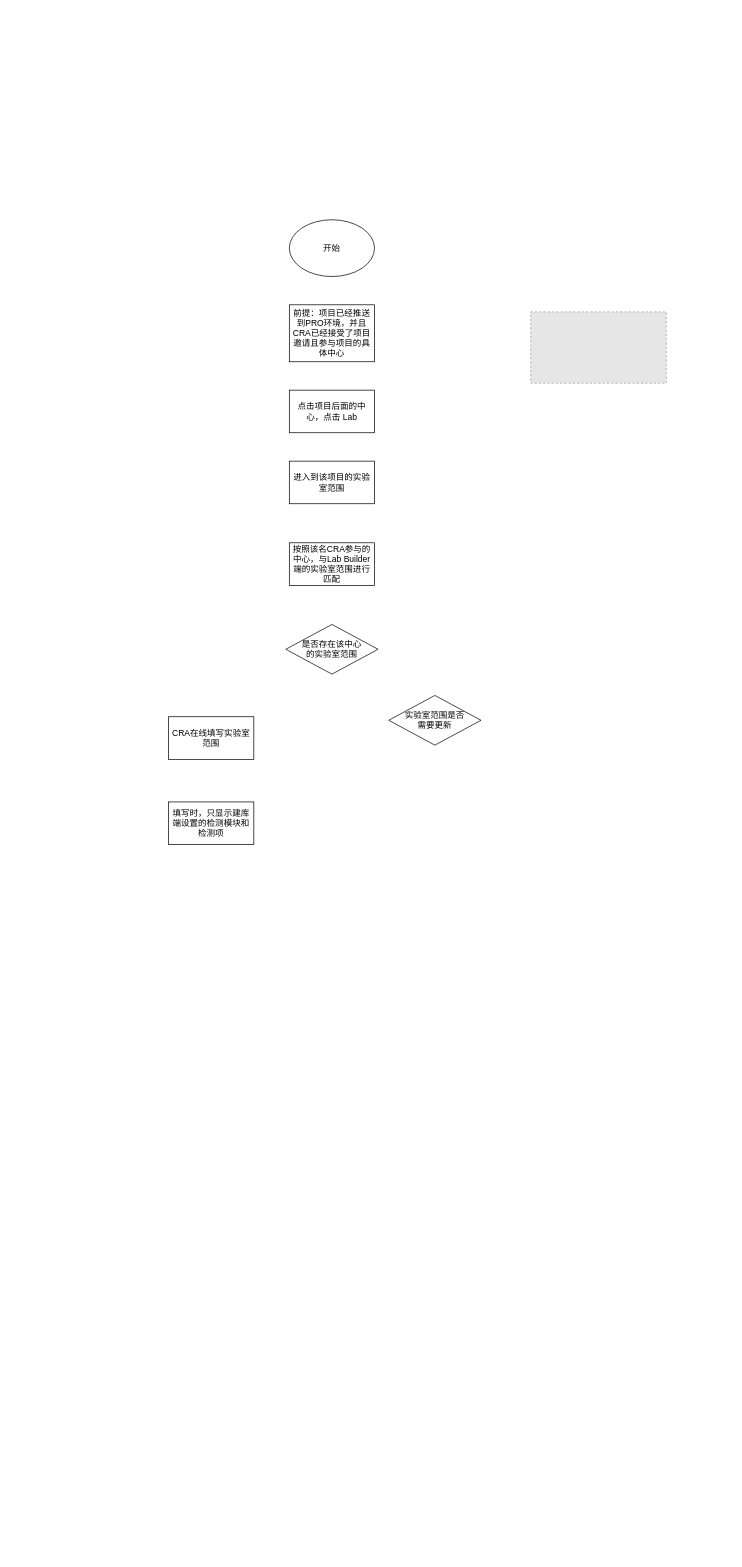
The draw.io diagram DrawIO/CRA在线申请实验室范围.drawio in religou/religou, before the edit. Source tidied: cells renumbered, new cells numbered last; positions are measured from the earlier drawing's top-left corner, leaving out a move shared by most shapes. Both pictures are drawn from the tidied source at 71%, with x=0, y=0 at pixel (168, 219). Pictures stored in the file or linked from it are replaced by grey dashed boxes.
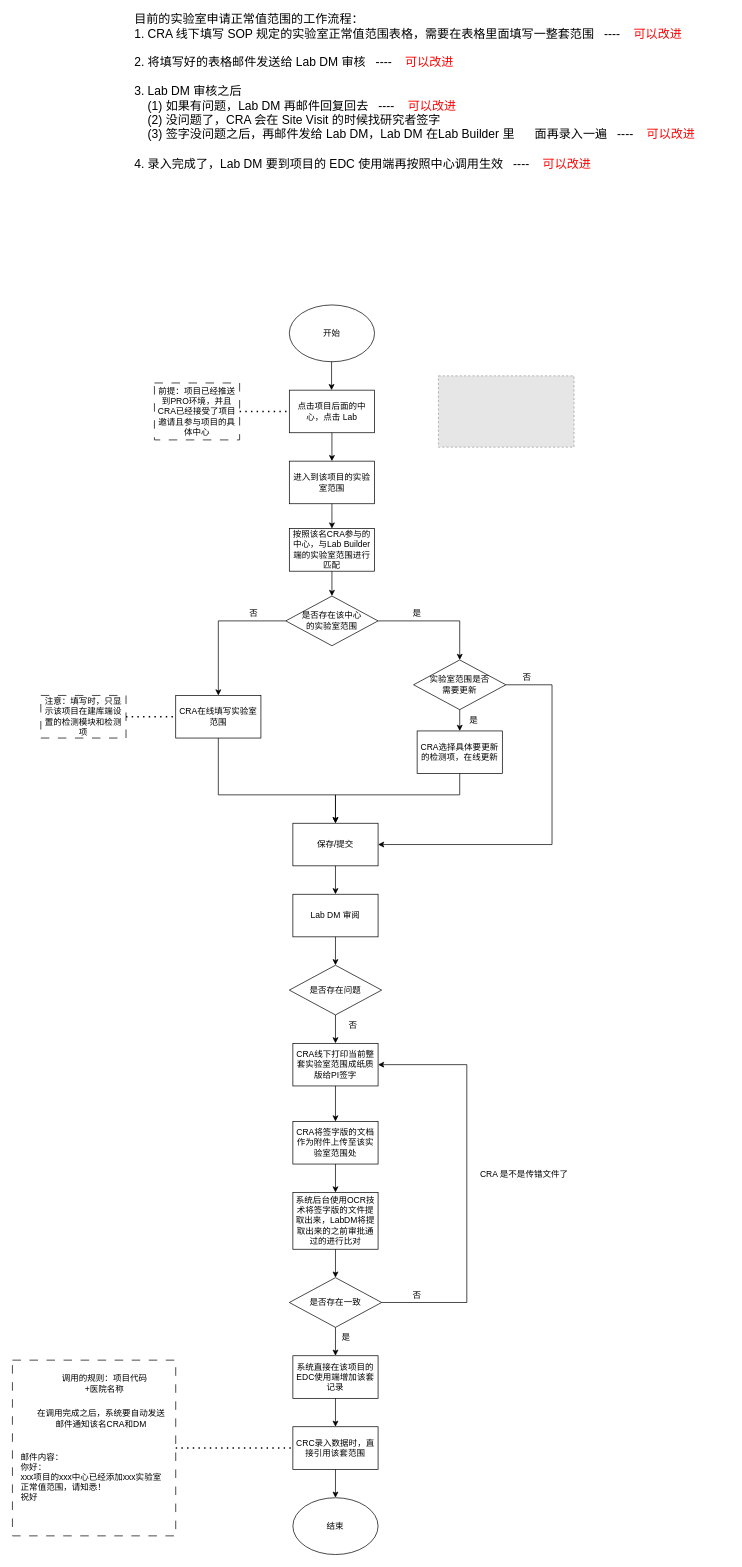
The same diagram, later.

Commit message (it also covers changes not shown here):
更新CRA在线申请实验室范围.drawio

Unchanged cells that the change refers to:
```xml
<mxCell id="3" value="点击项目后面的中心，点击 Lab" style="rounded=0;whiteSpace=wrap;html=1;" parent="1" vertex="1">
  <mxGeometry x="170" y="240" width="120" height="60" as="geometry" />
</mxCell>
<mxCell id="5" value="进入到该项目的实验室范围" style="rounded=0;whiteSpace=wrap;html=1;" parent="1" vertex="1">
  <mxGeometry x="170" y="340" width="120" height="60" as="geometry" />
</mxCell>
```

Diff of the diagram source:
```diff
@@
     <mxCell id="2" value="开始" style="ellipse;whiteSpace=wrap;html=1;" parent="1" vertex="1">
-      <mxGeometry x="170" width="120" height="80" as="geometry" />
+      <mxGeometry x="170" y="120" width="120" height="80" as="geometry" />
     </mxCell>
@@
     <mxCell id="4" style="fillColor=#E6E6E6;strokeColor=#999999;dashed=1;verticalLabelPosition=bottom;labelBackgroundColor=default;verticalAlign=top;" parent="1" vertex="1">
-      <mxGeometry x="510" y="129.8" width="191" height="100.4" as="geometry" />
+      <mxGeometry x="380" y="219.9" width="191" height="100.4" as="geometry" />
     </mxCell>
@@
-    <mxCell id="6" value="前提：项目已经推送到PRO环境，并且CRA已经接受了项目邀请且参与项目的具体中心" style="rounded=0;whiteSpace=wrap;html=1;" parent="1" vertex="1">
-      <mxGeometry x="170" y="119.8" width="120" height="80.2" as="geometry" />
+    <mxCell id="6" value="前提：项目已经推送到PRO环境，并且CRA已经接受了项目邀请且参与项目的具体中心" style="rounded=0;whiteSpace=wrap;html=1;fillColor=none;dashed=1;dashPattern=12 12;" parent="1" vertex="1">
+      <mxGeometry x="-20" y="229.9" width="120" height="80.2" as="geometry" />
     </mxCell>
     <mxCell id="7" value="按照该名CRA参与的中心，与Lab Builder&lt;div&gt;端的实验室范围进行匹配&lt;/div&gt;" style="rounded=0;whiteSpace=wrap;html=1;" parent="1" vertex="1">
-      <mxGeometry x="170" y="455" width="120" height="60" as="geometry" />
+      <mxGeometry x="170" y="435" width="120" height="60" as="geometry" />
     </mxCell>
     <mxCell id="8" value="是否存在该中心&lt;div&gt;的实验室范围&lt;/div&gt;" style="rhombus;whiteSpace=wrap;html=1;" parent="1" vertex="1">
-      <mxGeometry x="165" y="570" width="130" height="70" as="geometry" />
+      <mxGeometry x="165" y="530" width="130" height="70" as="geometry" />
     </mxCell>
     <mxCell id="9" value="实验室范围是否&lt;div&gt;需要更新&lt;/div&gt;" style="rhombus;whiteSpace=wrap;html=1;" parent="1" vertex="1">
-      <mxGeometry x="310" y="670" width="130" height="70" as="geometry" />
+      <mxGeometry x="345" y="620" width="130" height="70" as="geometry" />
     </mxCell>
     <mxCell id="10" value="CRA在线填写实验室范围" style="rounded=0;whiteSpace=wrap;html=1;" parent="1" vertex="1">
-      <mxGeometry y="700" width="120" height="60" as="geometry" />
+      <mxGeometry x="10" y="670" width="120" height="60" as="geometry" />
     </mxCell>
-    <mxCell id="11" value="填写时，只显示建库端设置的检测模块和检测项" style="rounded=0;whiteSpace=wrap;html=1;" parent="1" vertex="1">
-      <mxGeometry y="820" width="120" height="60" as="geometry" />
+    <mxCell id="11" value="注意：填写时，只显示该项目在建库端设置的检测模块和检测项" style="rounded=0;whiteSpace=wrap;html=1;fillColor=none;dashed=1;dashPattern=12 12;" parent="1" vertex="1">
+      <mxGeometry x="-180" y="670" width="120" height="60" as="geometry" />
     </mxCell>
+    <mxCell id="12" value="保存/提交" style="rounded=0;whiteSpace=wrap;html=1;" parent="1" vertex="1">
+      <mxGeometry x="175" y="850" width="120" height="60" as="geometry" />
+    </mxCell>
+    <mxCell id="13" value="Lab DM 审阅" style="rounded=0;whiteSpace=wrap;html=1;" parent="1" vertex="1">
+      <mxGeometry x="175" y="950" width="120" height="60" as="geometry" />
+    </mxCell>
+    <mxCell id="14" value="CRA选择具体要更新的检测项，在线更新" style="rounded=0;whiteSpace=wrap;html=1;" parent="1" vertex="1">
+      <mxGeometry x="350" y="720" width="120" height="60" as="geometry" />
+    </mxCell>
+    <mxCell id="15" value="是否存在问题" style="rhombus;whiteSpace=wrap;html=1;" parent="1" vertex="1">
+      <mxGeometry x="170" y="1050" width="130" height="70" as="geometry" />
+    </mxCell>
+    <mxCell id="16" value="CRA线下打印当前整套实验室范围成纸质版给PI签字" style="rounded=0;whiteSpace=wrap;html=1;" parent="1" vertex="1">
+      <mxGeometry x="175" y="1160" width="120" height="60" as="geometry" />
+    </mxCell>
+    <mxCell id="17" value="CRA将签字版的文档作为附件上传至该实验室范围处" style="rounded=0;whiteSpace=wrap;html=1;" parent="1" vertex="1">
+      <mxGeometry x="175" y="1270" width="120" height="60" as="geometry" />
+    </mxCell>
+    <mxCell id="18" value="系统后台使用OCR技术将签字版的文件提取出来，LabDM将提取出来的之前审批通过的进行比对" style="rounded=0;whiteSpace=wrap;html=1;" parent="1" vertex="1">
+      <mxGeometry x="175" y="1370" width="120" height="80" as="geometry" />
+    </mxCell>
+    <mxCell id="19" value="是否存在一致" style="rhombus;whiteSpace=wrap;html=1;" parent="1" vertex="1">
+      <mxGeometry x="170" y="1490" width="130" height="70" as="geometry" />
+    </mxCell>
+    <mxCell id="20" value="系统直接在该项目的EDC使用端增加该套记录" style="rounded=0;whiteSpace=wrap;html=1;" parent="1" vertex="1">
+      <mxGeometry x="175" y="1600" width="120" height="60" as="geometry" />
+    </mxCell>
+    <mxCell id="21" value="调用的规则：项目代码+医院名称" style="text;html=1;align=center;verticalAlign=middle;whiteSpace=wrap;rounded=0;" parent="1" vertex="1">
+      <mxGeometry x="-160" y="1623.8" width="140" height="30" as="geometry" />
+    </mxCell>
+    <mxCell id="22" value="CRC录入数据时，直接引用该套范围" style="rounded=0;whiteSpace=wrap;html=1;" parent="1" vertex="1">
+      <mxGeometry x="175" y="1700" width="120" height="60" as="geometry" />
+    </mxCell>
+    <mxCell id="23" value="结束" style="ellipse;whiteSpace=wrap;html=1;" parent="1" vertex="1">
+      <mxGeometry x="175" y="1800" width="120" height="80" as="geometry" />
+    </mxCell>
+    <mxCell id="24" style="endArrow=classic;html=1;rounded=0;exitX=0.5;exitY=1;exitDx=0;exitDy=0;" parent="1" edge="1" source="3" target="5">
+      <mxGeometry relative="1" as="geometry" />
+    </mxCell>
+    <mxCell id="25" style="endArrow=classic;html=1;rounded=0;exitX=0.5;exitY=1;exitDx=0;exitDy=0;entryX=0.5;entryY=0;entryDx=0;entryDy=0;" parent="1" edge="1" source="5" target="7">
+      <mxGeometry relative="1" as="geometry" />
+    </mxCell>
+    <mxCell id="26" style="endArrow=classic;html=1;rounded=0;exitX=0.5;exitY=1;exitDx=0;exitDy=0;entryX=0.5;entryY=0;entryDx=0;entryDy=0;" parent="1" edge="1" source="7" target="8">
+      <mxGeometry relative="1" as="geometry" />
+    </mxCell>
+    <mxCell id="27" value="&lt;font style=&quot;font-size: 17px;&quot;&gt;目前的实验室申请正常值范围的工作流程：&lt;/font&gt;&lt;div style=&quot;font-size: 17px;&quot;&gt;&lt;font style=&quot;font-size: 17px;&quot;&gt;1. CRA 线下填写 SOP 规定的实验室正常值范围表格，需要在表格里面填写一整套范围&amp;nbsp; &amp;nbsp;----&amp;nbsp; &amp;nbsp; &lt;font color=&quot;#ff0000&quot;&gt;可以改进&lt;/font&gt;&lt;/font&gt;&lt;/div&gt;&lt;div style=&quot;font-size: 17px;&quot;&gt;&lt;font style=&quot;font-size: 17px;&quot;&gt;&lt;br&gt;&lt;/font&gt;&lt;/div&gt;&lt;div style=&quot;font-size: 17px;&quot;&gt;&lt;font style=&quot;font-size: 17px;&quot;&gt;2. 将填写好的表格邮件发送给 Lab DM 审核&lt;/font&gt;&lt;span style=&quot;background-color: initial;&quot;&gt;&amp;nbsp; &amp;nbsp;----&amp;nbsp; &amp;nbsp; &lt;font color=&quot;#ff0000&quot;&gt;可以改进&lt;/font&gt;&lt;/span&gt;&lt;/div&gt;&lt;div style=&quot;font-size: 17px;&quot;&gt;&lt;font style=&quot;font-size: 17px;&quot;&gt;&lt;br&gt;&lt;/font&gt;&lt;/div&gt;&lt;div style=&quot;font-size: 17px;&quot;&gt;&lt;font style=&quot;font-size: 17px;&quot;&gt;3. Lab DM 审核之后&lt;/font&gt;&lt;/div&gt;&lt;div style=&quot;font-size: 17px;&quot;&gt;&lt;font style=&quot;font-size: 17px;&quot;&gt;&amp;nbsp; &amp;nbsp; (1) 如果有问题，Lab DM 再邮件回复回去&lt;/font&gt;&lt;span style=&quot;background-color: initial;&quot;&gt;&amp;nbsp; &amp;nbsp;----&amp;nbsp; &amp;nbsp; &lt;font color=&quot;#ff0000&quot;&gt;可以改进&lt;/font&gt;&lt;/span&gt;&lt;/div&gt;&lt;div style=&quot;font-size: 17px;&quot;&gt;&lt;font style=&quot;font-size: 17px;&quot;&gt;&amp;nbsp; &amp;nbsp; (2) 没问题了，CRA 会在 Site Visit 的时候找研究者签字&lt;/font&gt;&lt;/div&gt;&lt;div style=&quot;font-size: 17px;&quot;&gt;&lt;font style=&quot;font-size: 17px;&quot;&gt;&amp;nbsp; &amp;nbsp; (3) 签字没问题之后，再邮件发给 Lab DM，Lab DM 在Lab Builder 里&amp;nbsp; &amp;nbsp; &amp;nbsp; 面再录入一遍&lt;/font&gt;&lt;span style=&quot;background-color: initial;&quot;&gt;&amp;nbsp; &amp;nbsp;----&amp;nbsp; &amp;nbsp; &lt;font color=&quot;#ff0000&quot;&gt;可以改进&lt;/font&gt;&lt;/span&gt;&lt;/div&gt;&lt;div style=&quot;font-size: 17px;&quot;&gt;&lt;font style=&quot;font-size: 17px;&quot;&gt;&lt;br&gt;&lt;/font&gt;&lt;/div&gt;&lt;div style=&quot;font-size: 17px;&quot;&gt;&lt;font style=&quot;font-size: 17px;&quot;&gt;4. 录入完成了，Lab DM 要到项目的 EDC 使用端再按照中心调用生效&lt;/font&gt;&lt;span style=&quot;background-color: initial;&quot;&gt;&amp;nbsp; &amp;nbsp;----&amp;nbsp; &amp;nbsp; &lt;font color=&quot;#ff0000&quot;&gt;可以改进&lt;/font&gt;&lt;/span&gt;&lt;/div&gt;&lt;div style=&quot;font-size: 17px;&quot;&gt;&lt;br&gt;&lt;/div&gt;" style="text;html=1;align=left;verticalAlign=middle;whiteSpace=wrap;rounded=0;" parent="1" vertex="1">
+      <mxGeometry x="-50" y="-290" width="840" height="240" as="geometry" />
+    </mxCell>
+    <mxCell id="28" style="endArrow=classic;html=1;rounded=0;exitX=0;exitY=0.5;exitDx=0;exitDy=0;entryX=0.5;entryY=0;entryDx=0;entryDy=0;edgeStyle=orthogonalEdgeStyle;" parent="1" edge="1" source="8" target="10">
+      <mxGeometry relative="1" as="geometry" />
+    </mxCell>
+    <mxCell id="29" style="endArrow=classic;html=1;rounded=0;exitX=0.5;exitY=1;exitDx=0;exitDy=0;entryX=0.5;entryY=0;entryDx=0;entryDy=0;edgeStyle=orthogonalEdgeStyle;" parent="1" edge="1" source="10" target="12">
+      <mxGeometry relative="1" as="geometry">
+        <Array as="points">
+          <mxPoint x="70" y="810" />
+          <mxPoint x="235" y="810" />
+        </Array>
+      </mxGeometry>
+    </mxCell>
+    <mxCell id="30" style="endArrow=classic;html=1;rounded=0;exitX=1;exitY=0.5;exitDx=0;exitDy=0;entryX=0.5;entryY=0;entryDx=0;entryDy=0;edgeStyle=orthogonalEdgeStyle;" parent="1" edge="1" source="8" target="9">
+      <mxGeometry relative="1" as="geometry" />
+    </mxCell>
+    <mxCell id="31" style="endArrow=classic;html=1;rounded=0;exitX=0.5;exitY=1;exitDx=0;exitDy=0;" parent="1" edge="1" source="9" target="14">
+      <mxGeometry relative="1" as="geometry" />
+    </mxCell>
+    <mxCell id="32" style="endArrow=classic;html=1;rounded=0;entryX=0.5;entryY=0;entryDx=0;entryDy=0;edgeStyle=orthogonalEdgeStyle;" parent="1" edge="1" target="12">
+      <mxGeometry relative="1" as="geometry">
+        <mxPoint x="410" y="780" as="sourcePoint" />
+        <Array as="points">
+          <mxPoint x="410" y="810" />
+          <mxPoint x="235" y="810" />
+        </Array>
+      </mxGeometry>
+    </mxCell>
+    <mxCell id="33" style="endArrow=classic;html=1;rounded=0;exitX=0.5;exitY=1;exitDx=0;exitDy=0;" parent="1" edge="1" source="12" target="13">
+      <mxGeometry relative="1" as="geometry" />
+    </mxCell>
+    <mxCell id="34" style="endArrow=classic;html=1;rounded=0;exitX=0.5;exitY=1;exitDx=0;exitDy=0;entryX=0.5;entryY=0;entryDx=0;entryDy=0;" parent="1" edge="1" source="13" target="15">
+      <mxGeometry relative="1" as="geometry" />
+    </mxCell>
+    <mxCell id="35" style="endArrow=classic;html=1;rounded=0;exitX=0.5;exitY=1;exitDx=0;exitDy=0;entryX=0.5;entryY=0;entryDx=0;entryDy=0;" parent="1" edge="1" source="15" target="16">
+      <mxGeometry relative="1" as="geometry" />
+    </mxCell>
+    <mxCell id="36" style="endArrow=classic;html=1;rounded=0;exitX=0.5;exitY=1;exitDx=0;exitDy=0;entryX=0.5;entryY=0;entryDx=0;entryDy=0;" parent="1" edge="1" source="16" target="17">
+      <mxGeometry relative="1" as="geometry" />
+    </mxCell>
+    <mxCell id="37" style="endArrow=classic;html=1;rounded=0;exitX=0.5;exitY=1;exitDx=0;exitDy=0;" parent="1" edge="1" source="17" target="18">
+      <mxGeometry relative="1" as="geometry" />
+    </mxCell>
+    <mxCell id="38" style="endArrow=classic;html=1;rounded=0;exitX=0.5;exitY=1;exitDx=0;exitDy=0;" parent="1" edge="1" source="18" target="19">
+      <mxGeometry relative="1" as="geometry" />
+    </mxCell>
+    <mxCell id="39" style="endArrow=classic;html=1;rounded=0;exitX=0.5;exitY=1;exitDx=0;exitDy=0;" parent="1" edge="1" source="19" target="20">
+      <mxGeometry relative="1" as="geometry" />
+    </mxCell>
+    <mxCell id="40" style="endArrow=classic;html=1;rounded=0;exitX=0.5;exitY=1;exitDx=0;exitDy=0;entryX=0.5;entryY=0;entryDx=0;entryDy=0;" parent="1" edge="1" source="20" target="22">
+      <mxGeometry relative="1" as="geometry" />
+    </mxCell>
+    <mxCell id="41" style="rounded=0;whiteSpace=wrap;html=1;fillColor=none;dashed=1;dashPattern=12 12;" parent="1" vertex="1">
+      <mxGeometry x="-220" y="1606.2" width="230" height="247.5" as="geometry" />
+    </mxCell>
+    <mxCell id="42" style="endArrow=classic;html=1;rounded=0;exitX=0.5;exitY=1;exitDx=0;exitDy=0;entryX=0.5;entryY=0;entryDx=0;entryDy=0;" parent="1" edge="1" source="22" target="23">
+      <mxGeometry relative="1" as="geometry" />
+    </mxCell>
+    <mxCell id="43" value="在调用完成之后，系统要自动发送邮件通知该名CRA和DM" style="text;html=1;align=center;verticalAlign=middle;whiteSpace=wrap;rounded=0;" parent="1" vertex="1">
+      <mxGeometry x="-190" y="1673.8" width="190" height="30" as="geometry" />
+    </mxCell>
+    <mxCell id="44" style="endArrow=none;dashed=1;html=1;dashPattern=1 3;strokeWidth=2;rounded=0;exitX=1;exitY=0.5;exitDx=0;exitDy=0;entryX=0;entryY=0.5;entryDx=0;entryDy=0;" parent="1" edge="1" source="41" target="22">
+      <mxGeometry relative="1" as="geometry" />
+    </mxCell>
+    <mxCell id="45" value="邮件内容：&lt;div&gt;你好：&lt;/div&gt;&lt;div&gt;xxx项目的xxx中心已经添加xxx实验室正常值范围，请知悉！&lt;/div&gt;&lt;div&gt;祝好&lt;/div&gt;" style="text;html=1;align=left;verticalAlign=middle;whiteSpace=wrap;rounded=0;" parent="1" vertex="1">
+      <mxGeometry x="-210" y="1756.2" width="210" height="30" as="geometry" />
+    </mxCell>
+    <mxCell id="46" style="endArrow=classic;html=1;rounded=0;exitX=0.5;exitY=1;exitDx=0;exitDy=0;exitPerimeter=0;" parent="1" edge="1">
+      <mxGeometry relative="1" as="geometry">
+        <mxPoint x="229.5" y="200" as="sourcePoint" />
+        <mxPoint x="229.5" y="240" as="targetPoint" />
+      </mxGeometry>
+    </mxCell>
+    <mxCell id="47" style="endArrow=none;dashed=1;html=1;dashPattern=1 3;strokeWidth=2;rounded=0;exitX=1;exitY=0.5;exitDx=0;exitDy=0;entryX=0;entryY=0.5;entryDx=0;entryDy=0;" parent="1" edge="1" source="6" target="3">
+      <mxGeometry relative="1" as="geometry" />
+    </mxCell>
+    <mxCell id="48" value="否" style="text;html=1;align=center;verticalAlign=middle;whiteSpace=wrap;rounded=0;" parent="1" vertex="1">
+      <mxGeometry x="90" y="540" width="60" height="30" as="geometry" />
+    </mxCell>
+    <mxCell id="49" value="是" style="text;html=1;align=center;verticalAlign=middle;whiteSpace=wrap;rounded=0;" parent="1" vertex="1">
+      <mxGeometry x="320" y="540" width="60" height="30" as="geometry" />
+    </mxCell>
+    <mxCell id="50" value="否" style="text;html=1;align=center;verticalAlign=middle;whiteSpace=wrap;rounded=0;" parent="1" vertex="1">
+      <mxGeometry x="230" y="1120" width="60" height="30" as="geometry" />
+    </mxCell>
+    <mxCell id="51" style="endArrow=none;dashed=1;html=1;dashPattern=1 3;strokeWidth=2;rounded=0;exitX=1;exitY=0.5;exitDx=0;exitDy=0;entryX=0;entryY=0.5;entryDx=0;entryDy=0;" parent="1" edge="1" source="11" target="10">
+      <mxGeometry relative="1" as="geometry" />
+    </mxCell>
+    <mxCell id="52" value="是" style="text;html=1;align=center;verticalAlign=middle;whiteSpace=wrap;rounded=0;" parent="1" vertex="1">
+      <mxGeometry x="400" y="690" width="60" height="30" as="geometry" />
+    </mxCell>
+    <mxCell id="53" style="endArrow=classic;html=1;rounded=0;exitX=1;exitY=0.5;exitDx=0;exitDy=0;entryX=1;entryY=0.5;entryDx=0;entryDy=0;edgeStyle=orthogonalEdgeStyle;" parent="1" edge="1" source="9" target="12">
+      <mxGeometry relative="1" as="geometry">
+        <Array as="points">
+          <mxPoint x="540" y="655" />
+          <mxPoint x="540" y="880" />
+        </Array>
+      </mxGeometry>
+    </mxCell>
+    <mxCell id="54" value="否" style="text;html=1;align=center;verticalAlign=middle;whiteSpace=wrap;rounded=0;" parent="1" vertex="1">
+      <mxGeometry x="475" y="630" width="60" height="30" as="geometry" />
+    </mxCell>
+    <mxCell id="55" value="是" style="text;html=1;align=center;verticalAlign=middle;whiteSpace=wrap;rounded=0;" parent="1" vertex="1">
+      <mxGeometry x="220" y="1560" width="60" height="30" as="geometry" />
+    </mxCell>
+    <mxCell id="56" style="endArrow=classic;html=1;rounded=0;exitX=1;exitY=0.5;exitDx=0;exitDy=0;edgeStyle=orthogonalEdgeStyle;entryX=1;entryY=0.5;entryDx=0;entryDy=0;" parent="1" edge="1" source="19" target="16">
+      <mxGeometry relative="1" as="geometry">
+        <Array as="points">
+          <mxPoint x="420" y="1525" />
+          <mxPoint x="420" y="1190" />
+        </Array>
+      </mxGeometry>
+    </mxCell>
+    <mxCell id="57" value="否" style="text;html=1;align=center;verticalAlign=middle;whiteSpace=wrap;rounded=0;" parent="1" vertex="1">
+      <mxGeometry x="320" y="1500" width="60" height="30" as="geometry" />
+    </mxCell>
+    <mxCell id="58" value="CRA 是不是传错文件了" style="text;html=1;align=center;verticalAlign=middle;whiteSpace=wrap;rounded=0;" parent="1" vertex="1">
+      <mxGeometry x="431" y="1330" width="140" height="30" as="geometry" />
+    </mxCell>
```
